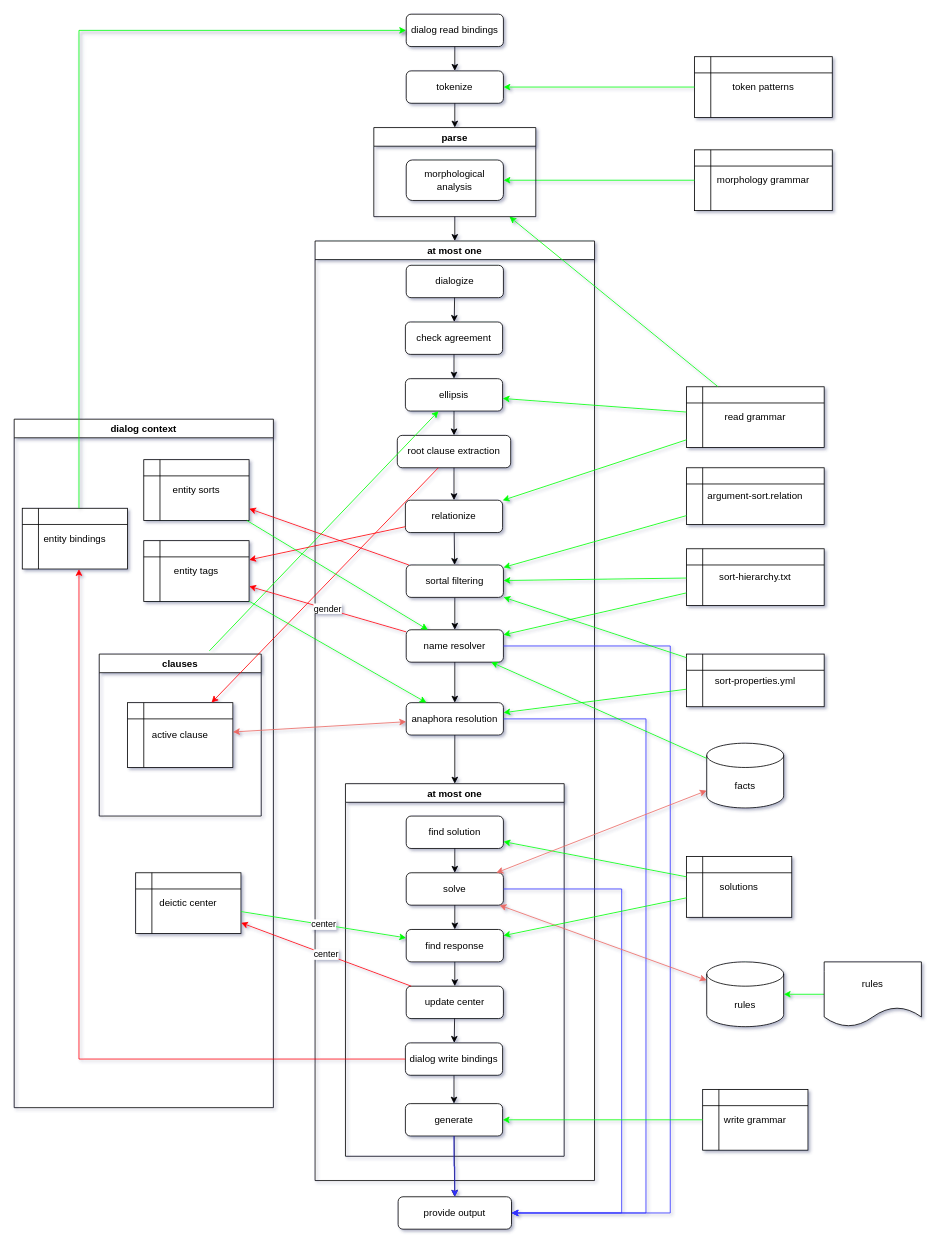
Earlier version of the draw.io diagram doc/diagram/system1.drawio (garfix/nli-go). Source tidied: cells renumbered, new cells numbered last; positions are measured from the earlier drawing's top-left corner, leaving out a move shared by most shapes. Both pictures are drawn from the tidied source at 81%, with x=0, y=0 at pixel (14, 14).
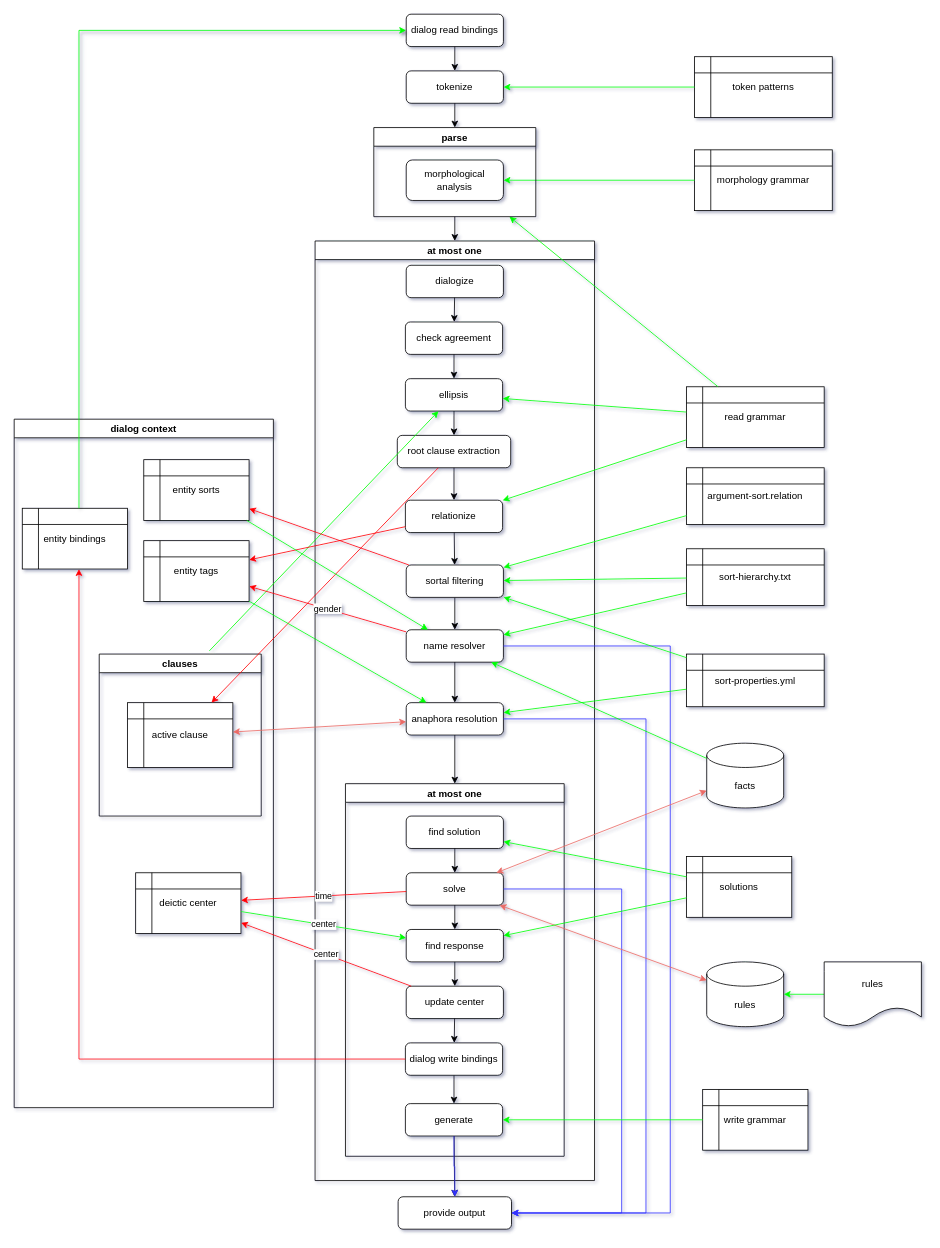
Above is the later version.

Unchanged cells that the change refers to:
```xml
<mxCell id="12" value="solve" style="rounded=1;whiteSpace=wrap;html=1;" parent="10" vertex="1">
  <mxGeometry x="75" y="110" width="120" height="40" as="geometry" />
</mxCell>
<mxCell id="47" value="deictic center" style="shape=internalStorage;whiteSpace=wrap;html=1;backgroundOutline=1;" parent="45" vertex="1">
  <mxGeometry x="150" y="560" width="130" height="75" as="geometry" />
</mxCell>
```

Change to the diagram source:
```diff
@@
+    <mxCell id="91" value="time" style="endArrow=classic;html=1;rounded=0;strokeColor=#FF0000;" parent="1" edge="1" source="12" target="47">
+      <mxGeometry relative="1" as="geometry" />
+    </mxCell>
```
